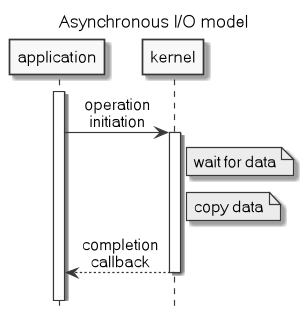
This is .images/asynchronous_IO_model.png from c0p4c4b4n4/demo-sockets-io-nio-nio2, a PlantUML export, as it was before one commit.
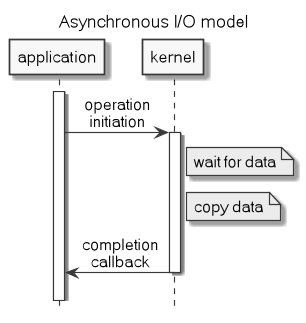
The same file after the commit.

Change to the diagram source:
```diff
@@ -4,14 +4,13 @@
 skinparam monochrome true
 skinparam defaultFontName Microsoft Sans Serif
 skinparam titleFontSize 15
-
 skinparam sequenceMessageAlign center
 activate application
 application->kernel: operation\ninitiation
 activate kernel
 Note right of kernel: wait for data
 Note right of kernel: copy data
-kernel-->application: completion\ncallback
+kernel->application: completion\ncallback
 deactivate kernel
 ||15||
 @enduml
```
